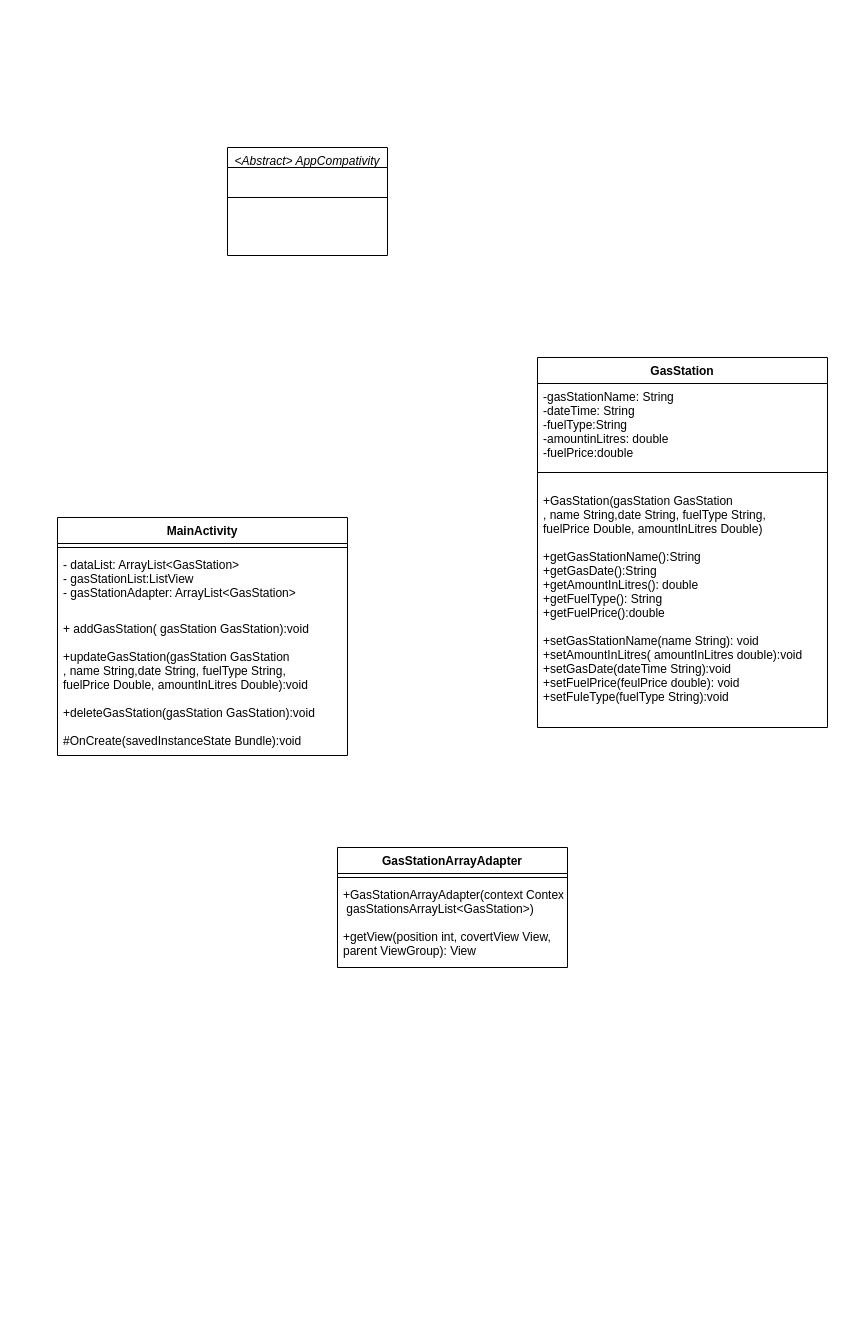
This is Untitled Diagram.drawio from bc-davin/CMPUT-175, a draw.io file, before an edit. Source tidied: cells renumbered, new cells numbered last; positions are measured from the earlier drawing's top-left corner, leaving out a move shared by most shapes. Both pictures are drawn from the tidied source at 100%, with x=0, y=0 at pixel (57, 147).
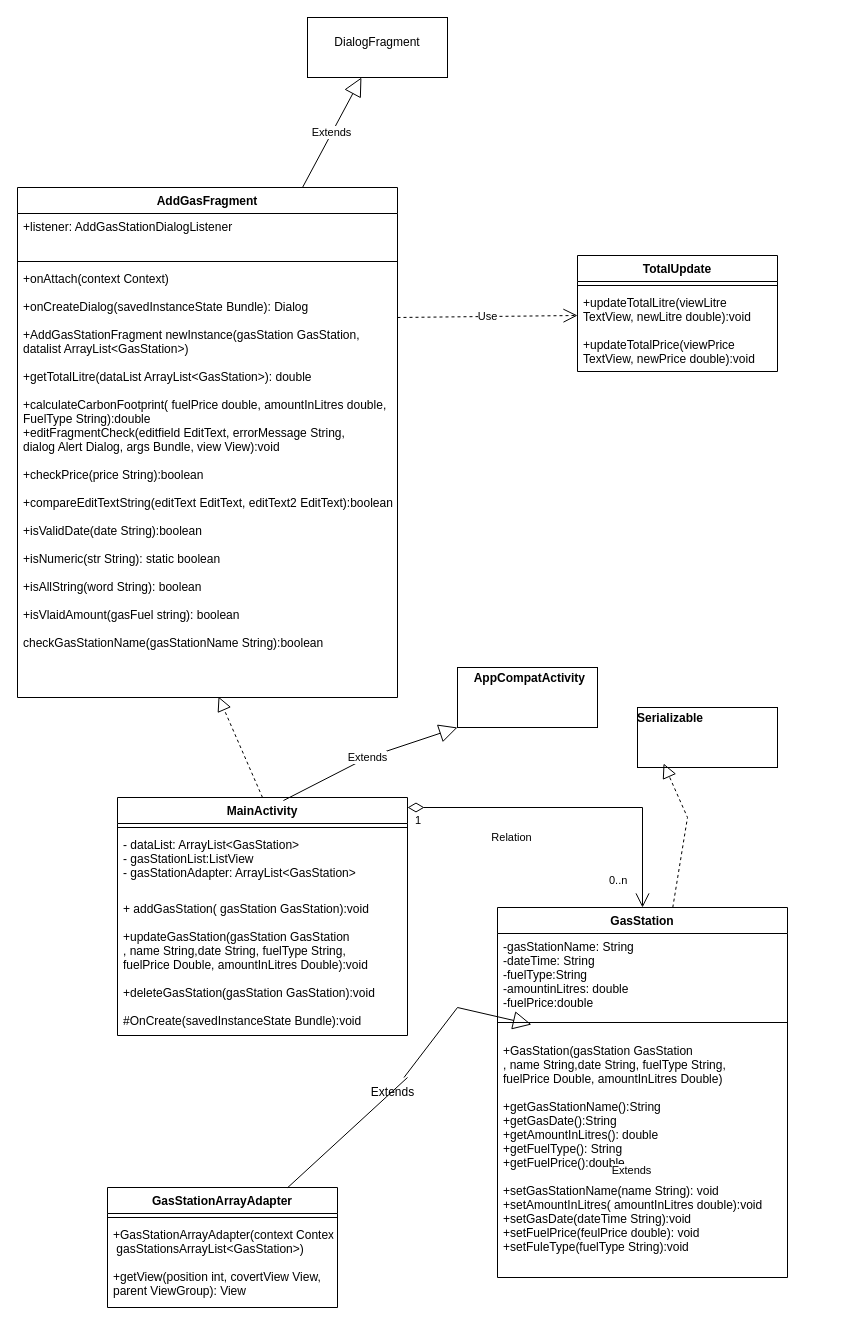
After the change.

Unchanged cells that the change refers to:
```xml
<mxCell id="10" style="line;strokeWidth=1;fillColor=none;align=left;verticalAlign=middle;spacingTop=-1;spacingLeft=3;spacingRight=3;labelPosition=right;points=[];portConstraint=eastwest;strokeColor=inherit;" parent="8" vertex="1">
  <mxGeometry y="100" width="290" height="30" as="geometry" />
</mxCell>
```

The edit, as a diff of the source:
```diff
@@
-    <mxCell id="2" value="&lt;Abstract&gt; AppCompativity" style="swimlane;fontStyle=2;align=center;verticalAlign=top;horizontal=1;startSize=20;rounded=0;shadow=0;strokeWidth=1;" parent="1" vertex="1">
-      <mxGeometry x="170" width="160" height="108" as="geometry" />
-    </mxCell>
-    <mxCell id="3" style="line;html=1;strokeWidth=1;align=left;verticalAlign=middle;spacingTop=-1;spacingLeft=3;spacingRight=3;labelPosition=right;" parent="2" vertex="1">
-      <mxGeometry y="20" width="160" height="60" as="geometry" />
-    </mxCell>
     <mxCell id="4" value="MainActivity" style="swimlane;fontStyle=1;align=center;verticalAlign=top;horizontal=1;startSize=26;" parent="1" vertex="1">
-      <mxGeometry y="370" width="290" height="238" as="geometry" />
+      <mxGeometry x="60" y="650" width="290" height="238" as="geometry" />
     </mxCell>
@@
     <mxCell id="8" value="GasStation" style="swimlane;fontStyle=1;align=center;verticalAlign=top;horizontal=1;startSize=26;" parent="1" vertex="1">
-      <mxGeometry x="480" y="210" width="290" height="370" as="geometry" />
+      <mxGeometry x="440" y="760" width="290" height="370" as="geometry" />
     </mxCell>
@@
     <mxCell id="12" value="GasStationArrayAdapter" style="swimlane;fontStyle=1;align=center;verticalAlign=top;horizontal=1;startSize=26;" parent="1" vertex="1">
-      <mxGeometry x="280" y="700" width="230" height="120" as="geometry" />
+      <mxGeometry x="50" y="1040" width="230" height="120" as="geometry" />
     </mxCell>
@@
+    <mxCell id="15" value="AddGasFragment" style="swimlane;fontStyle=1;align=center;verticalAlign=top;horizontal=1;startSize=26;" parent="1" vertex="1">
+      <mxGeometry x="-40" y="40" width="380" height="510" as="geometry" />
+    </mxCell>
+    <mxCell id="16" value="+listener: AddGasStationDialogListener&#10;" style="text;strokeColor=none;fillColor=none;align=left;verticalAlign=top;spacingLeft=4;spacingRight=4;overflow=hidden;" parent="15" vertex="1">
+      <mxGeometry y="26" width="380" height="44" as="geometry" />
+    </mxCell>
+    <mxCell id="17" style="line;strokeWidth=1;fillColor=none;align=left;verticalAlign=middle;spacingTop=-1;spacingLeft=3;spacingRight=3;labelPosition=right;strokeColor=inherit;" parent="15" vertex="1">
+      <mxGeometry y="70" width="380" height="8" as="geometry" />
+    </mxCell>
+    <mxCell id="18" value="+onAttach(context Context)&#10;&#10;+onCreateDialog(savedInstanceState Bundle): Dialog&#10;&#10;+AddGasStationFragment newInstance(gasStation GasStation, &#10;datalist ArrayList&lt;GasStation&gt;)&#10;&#10;+getTotalLitre(dataList ArrayList&lt;GasStation&gt;): double&#10;&#10;+calculateCarbonFootprint( fuelPrice double, amountInLitres double,&#10;FuelType String):double&#10;+editFragmentCheck(editfield EditText, errorMessage String,&#10;dialog Alert Dialog, args Bundle, view View):void&#10;&#10;+checkPrice(price String):boolean&#10;&#10;+compareEditTextString(editText EditText, editText2 EditText):boolean&#10;&#10;+isValidDate(date String):boolean&#10;&#10;+isNumeric(str String): static boolean &#10;&#10;+isAllString(word String): boolean &#10;&#10;+isVlaidAmount(gasFuel string): boolean&#10;&#10;checkGasStationName(gasStationName String):boolean&#10;" style="text;strokeColor=none;fillColor=none;align=left;verticalAlign=top;spacingLeft=4;spacingRight=4;overflow=hidden;points=[[0,0.5],[1,0.5]];portConstraint=eastwest;" parent="15" vertex="1">
+      <mxGeometry y="78" width="380" height="432" as="geometry" />
+    </mxCell>
+    <mxCell id="19" value="Extends" style="endArrow=block;endSize=16;endFill=0;html=1;rounded=0;exitX=0.75;exitY=0;exitDx=0;exitDy=0;" parent="1" edge="1" source="15" target="32">
+      <mxGeometry relative="1" as="geometry" />
+    </mxCell>
+    <mxCell id="20" value="TotalUpdate" style="swimlane;fontStyle=1;align=center;verticalAlign=top;horizontal=1;startSize=26;" parent="1" vertex="1">
+      <mxGeometry x="520" y="108" width="200" height="116" as="geometry" />
+    </mxCell>
+    <mxCell id="21" style="line;strokeWidth=1;fillColor=none;align=left;verticalAlign=middle;spacingTop=-1;spacingLeft=3;spacingRight=3;labelPosition=right;strokeColor=inherit;" parent="20" vertex="1">
+      <mxGeometry y="26" width="200" height="8" as="geometry" />
+    </mxCell>
+    <mxCell id="22" value="+updateTotalLitre(viewLitre &#10;TextView, newLitre double):void&#10;&#10;+updateTotalPrice(viewPrice &#10;TextView, newPrice double):void" style="text;strokeColor=none;fillColor=none;align=left;verticalAlign=top;spacingLeft=4;spacingRight=4;overflow=hidden;points=[[0,0.5],[1,0.5]];portConstraint=eastwest;" parent="20" vertex="1">
+      <mxGeometry y="34" width="200" height="82" as="geometry" />
+    </mxCell>
+    <mxCell id="23" style="endArrow=block;dashed=1;endFill=0;endSize=12;html=1;rounded=0;entryX=0.529;entryY=0.998;entryDx=0;entryDy=0;entryPerimeter=0;exitX=0.5;exitY=0;exitDx=0;exitDy=0;" parent="1" edge="1" source="4" target="18">
+      <mxGeometry relative="1" as="geometry" />
+    </mxCell>
+    <mxCell id="24" value="&lt;p style=&quot;margin:0px;margin-top:4px;text-align:center;&quot;&gt;&lt;/p&gt;&lt;div style=&quot;height:2px;&quot;&gt;&lt;b&gt;&amp;nbsp; &amp;nbsp; &amp;nbsp;AppCompatActivity&lt;/b&gt;&lt;br&gt;&lt;/div&gt;" style="verticalAlign=top;align=left;overflow=fill;fontSize=12;fontFamily=Helvetica;html=1;" parent="1" vertex="1">
+      <mxGeometry x="400" y="520" width="140" height="60" as="geometry" />
+    </mxCell>
+    <mxCell id="25" value="Extends" style="endArrow=block;endSize=16;endFill=0;html=1;rounded=0;exitX=0.572;exitY=0.013;exitDx=0;exitDy=0;entryX=0;entryY=1;entryDx=0;entryDy=0;exitPerimeter=0;" parent="1" edge="1" source="4" target="24">
+      <mxGeometry relative="1" as="geometry">
+        <Array as="points">
+          <mxPoint x="310" y="610" />
+        </Array>
+      </mxGeometry>
+    </mxCell>
+    <mxCell id="26" value="Relation" style="endArrow=open;html=1;endSize=12;startArrow=diamondThin;startSize=14;startFill=0;edgeStyle=orthogonalEdgeStyle;rounded=0;fillColor=#171717;strokeColor=#000000;" parent="1" edge="1" target="8">
+      <mxGeometry x="-0.38" y="-30" relative="1" as="geometry">
+        <mxPoint x="350" y="660" as="sourcePoint" />
+        <Array as="points">
+          <mxPoint x="585" y="660" />
+        </Array>
+      </mxGeometry>
+    </mxCell>
+    <mxCell id="27" value="0..n" style="edgeLabel;html=1;align=left;verticalAlign=top;" parent="26" vertex="1">
+      <mxGeometry x="-1" relative="1" as="geometry">
+        <mxPoint x="200" y="60" as="offset" />
+      </mxGeometry>
+    </mxCell>
+    <mxCell id="28" value="1" style="edgeLabel;html=1;align=right;verticalAlign=top;" parent="26" vertex="1">
+      <mxGeometry x="1" relative="1" as="geometry">
+        <mxPoint x="-221" y="-100" as="offset" />
+      </mxGeometry>
+    </mxCell>
+    <mxCell id="29" value="Use" style="endArrow=open;endSize=12;dashed=1;html=1;rounded=0;strokeColor=#000000;fillColor=#171717;entryX=0;entryY=0.317;entryDx=0;entryDy=0;entryPerimeter=0;" parent="1" edge="1" target="22">
+      <mxGeometry relative="1" as="geometry">
+        <mxPoint x="340" y="170" as="sourcePoint" />
+      </mxGeometry>
+    </mxCell>
+    <mxCell id="30" value="&lt;p style=&quot;margin:0px;margin-top:4px;text-align:center;&quot;&gt;&lt;/p&gt;&lt;div style=&quot;height:2px;&quot;&gt;&lt;b&gt;Serializable&lt;/b&gt;&lt;/div&gt;" style="verticalAlign=top;align=left;overflow=fill;fontSize=12;fontFamily=Helvetica;html=1;" parent="1" vertex="1">
+      <mxGeometry x="580" y="560" width="140" height="60" as="geometry" />
+    </mxCell>
+    <mxCell id="31" style="endArrow=block;dashed=1;endFill=0;endSize=12;html=1;rounded=0;entryX=0.186;entryY=0.933;entryDx=0;entryDy=0;entryPerimeter=0;" parent="1" edge="1" source="8" target="30">
+      <mxGeometry relative="1" as="geometry">
+        <Array as="points">
+          <mxPoint x="630" y="670" />
+        </Array>
+      </mxGeometry>
+    </mxCell>
+    <mxCell id="32" value="&lt;p style=&quot;margin:0px;margin-top:4px;text-align:center;&quot;&gt;&lt;br&gt;DialogFragment&lt;br&gt;&lt;/p&gt;" style="verticalAlign=top;align=left;overflow=fill;fontSize=12;fontFamily=Helvetica;html=1;" parent="1" vertex="1">
+      <mxGeometry x="250" y="-130" width="140" height="60" as="geometry" />
+    </mxCell>
+    <mxCell id="33" value="Extends" style="endArrow=block;endSize=16;endFill=0;html=1;rounded=0;entryX=0.117;entryY=0.567;entryDx=0;entryDy=0;entryPerimeter=0;startArrow=none;" parent="1" edge="1" source="36" target="10">
+      <mxGeometry x="-0.22" y="-237" relative="1" as="geometry">
+        <Array as="points">
+          <mxPoint x="400" y="860" />
+        </Array>
+      </mxGeometry>
+    </mxCell>
+    <mxCell id="34" style="endArrow=none;endSize=16;endFill=0;html=1;rounded=0;startArrow=none;" parent="1" edge="1" source="36">
+      <mxGeometry x="-0.22" y="-237" relative="1" as="geometry">
+        <mxPoint x="320" y="930" as="targetPoint" />
+      </mxGeometry>
+    </mxCell>
+    <mxCell id="35" style="endArrow=none;endSize=16;endFill=0;html=1;rounded=0;" parent="1" edge="1" source="12" target="36">
+      <mxGeometry x="-0.22" y="-237" relative="1" as="geometry">
+        <Array as="points">
+          <mxPoint x="350" y="930" />
+        </Array>
+      </mxGeometry>
+    </mxCell>
+    <mxCell id="36" value="Extends" style="text;html=1;align=center;verticalAlign=middle;points=[];strokeColor=none;fillColor=none;" parent="1" vertex="1">
+      <mxGeometry x="300" y="930" width="70" height="30" as="geometry" />
+    </mxCell>
```
